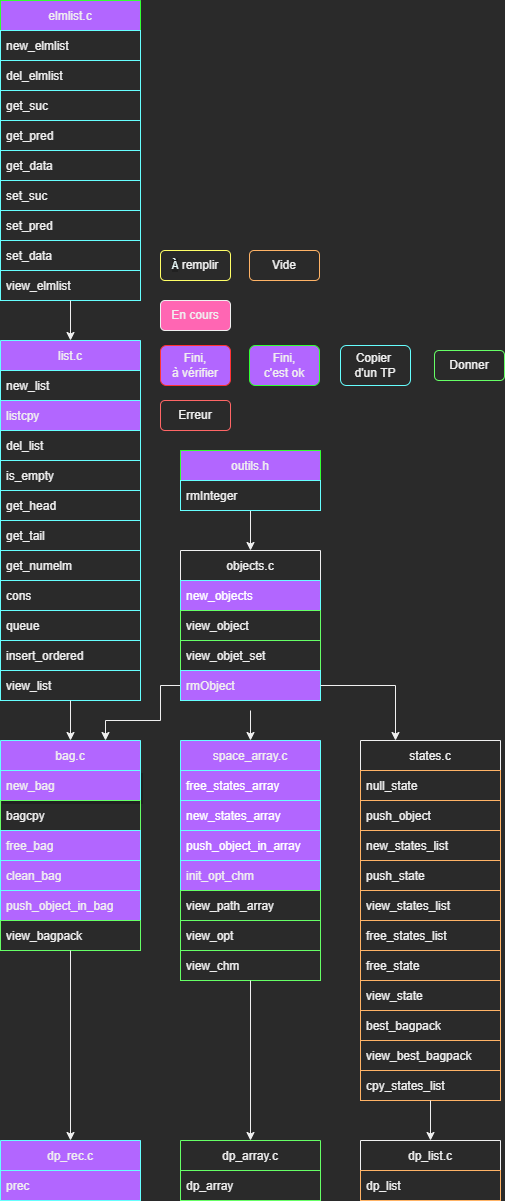
The draw.io diagram image/plan_avancement_des_fonction.drawio.png in Brice5423/L2_Projet_ProgAv-S3, before a commit. Source tidied: cells renumbered, new cells last; positions are measured from the earlier drawing's top-left corner, leaving out a move shared by most shapes.
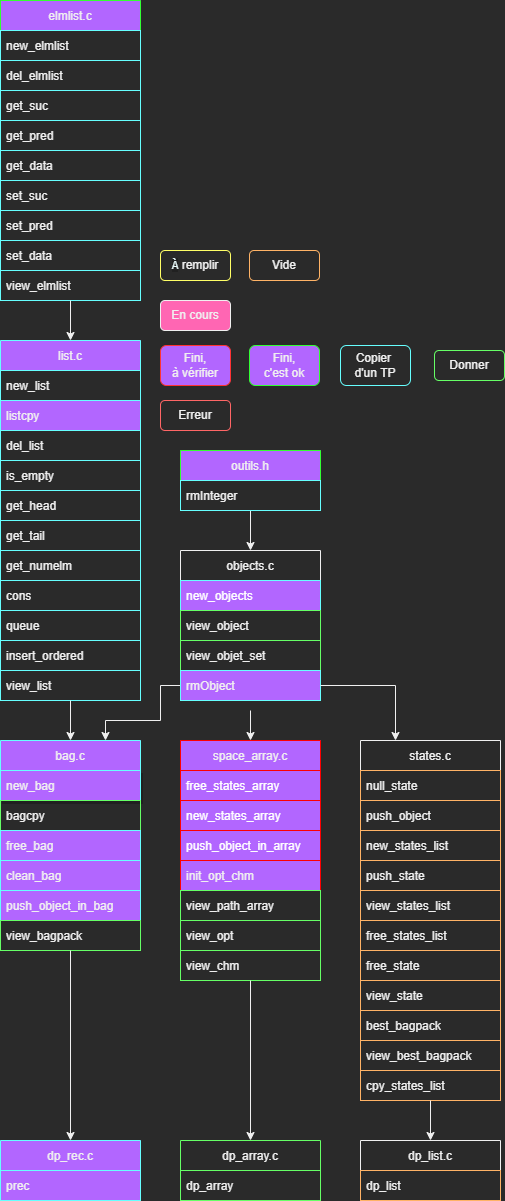
After the change.

The edit, as a diff of the source:
```diff
@@ -161,19 +161,19 @@
     <mxCell id="52" style="edgeStyle=orthogonalEdgeStyle;rounded=0;jettySize=auto;html=1;exitX=1;exitY=0.5;exitDx=0;exitDy=0;entryX=0.25;entryY=0;entryDx=0;entryDy=0;strokeColor=#F0F0F0;" parent="1" edge="1" source="14" target="40">
       <mxGeometry relative="1" as="geometry" />
     </mxCell>
-    <mxCell id="53" value="space_array.c" style="swimlane;fontStyle=0;horizontal=1;startSize=30;strokeColor=#66FFFF;fillColor=#B266FF;" parent="1" vertex="1">
+    <mxCell id="53" value="space_array.c" style="swimlane;fontStyle=0;horizontal=1;startSize=30;strokeColor=#FF0000;fillColor=#B266FF;" parent="1" vertex="1">
       <mxGeometry x="180" y="740" width="140" height="240" as="geometry" />
     </mxCell>
-    <mxCell id="54" value="free_states_array" style="text;strokeColor=#66FFFF;fillColor=#B266FF;align=left;verticalAlign=middle;spacingLeft=4;spacingRight=4;overflow=hidden;fontColor=#ffffff;" parent="53" vertex="1">
+    <mxCell id="54" value="free_states_array" style="text;strokeColor=#FF0000;fillColor=#B266FF;align=left;verticalAlign=middle;spacingLeft=4;spacingRight=4;overflow=hidden;fontColor=#ffffff;" parent="53" vertex="1">
       <mxGeometry y="30" width="140" height="30" as="geometry" />
     </mxCell>
-    <mxCell id="55" value="new_states_array" style="text;strokeColor=#66FFFF;fillColor=#B266FF;align=left;verticalAlign=middle;spacingLeft=4;spacingRight=4;overflow=hidden;fontColor=#ffffff;" parent="53" vertex="1">
+    <mxCell id="55" value="new_states_array" style="text;strokeColor=#FF0000;fillColor=#B266FF;align=left;verticalAlign=middle;spacingLeft=4;spacingRight=4;overflow=hidden;fontColor=#ffffff;" parent="53" vertex="1">
       <mxGeometry y="60" width="140" height="30" as="geometry" />
     </mxCell>
-    <mxCell id="56" value="push_object_in_array" style="text;strokeColor=#66FFFF;fillColor=#B266FF;align=left;verticalAlign=middle;spacingLeft=4;spacingRight=4;overflow=hidden;fontColor=#ffffff;" parent="53" vertex="1">
+    <mxCell id="56" value="push_object_in_array" style="text;strokeColor=#FF0000;fillColor=#B266FF;align=left;verticalAlign=middle;spacingLeft=4;spacingRight=4;overflow=hidden;fontColor=#ffffff;" parent="53" vertex="1">
       <mxGeometry y="90" width="140" height="30" as="geometry" />
     </mxCell>
-    <mxCell id="57" value="init_opt_chm" style="text;strokeColor=#66FFFF;fillColor=#B266FF;align=left;verticalAlign=middle;spacingLeft=4;spacingRight=4;overflow=hidden;" parent="53" vertex="1">
+    <mxCell id="57" value="init_opt_chm" style="text;strokeColor=#FF0000;fillColor=#B266FF;align=left;verticalAlign=middle;spacingLeft=4;spacingRight=4;overflow=hidden;" parent="53" vertex="1">
       <mxGeometry y="120" width="140" height="30" as="geometry" />
     </mxCell>
     <mxCell id="58" value="view_path_array" style="text;strokeColor=#66FF66;fillColor=none;align=left;verticalAlign=middle;spacingLeft=4;spacingRight=4;overflow=hidden;" parent="53" vertex="1">
```
